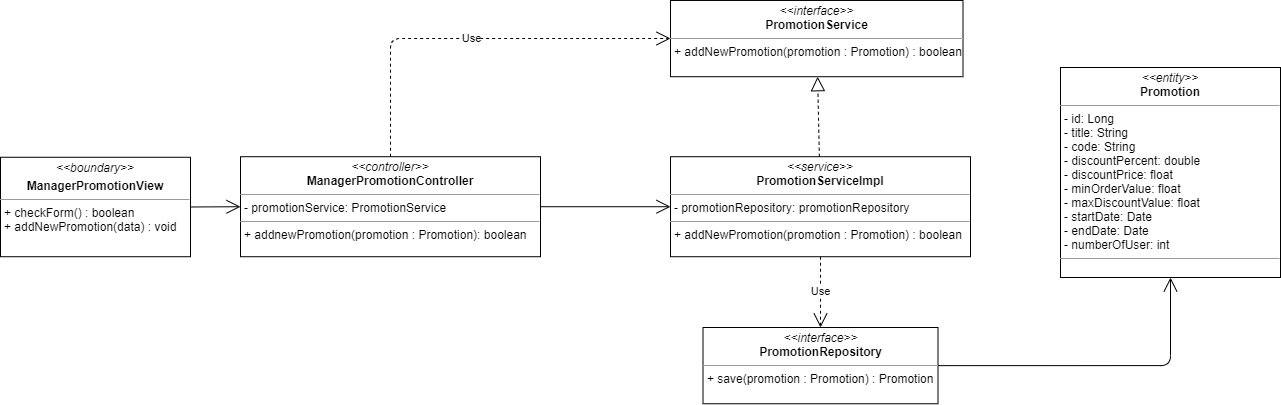
Earlier version of the draw.io export image-class/add-promotion-class-diagram.png (nguyenphamvan/datn_20202). Source tidied: cells renumbered, new cells last; positions are measured from the earlier drawing's top-left corner, leaving out a move shared by most shapes. Source of this version:
```xml
<mxGraphModel>
  <root>
    <mxCell id="0" />
    <mxCell id="1" parent="0" />
    <mxCell id="2" value="&lt;p style=&quot;margin: 0px ; margin-top: 4px ; text-align: center&quot;&gt;&lt;i&gt;&amp;lt;&amp;lt;boundary&amp;gt;&amp;gt;&lt;/i&gt;&lt;/p&gt;&lt;p style=&quot;margin: 0px ; margin-top: 4px ; text-align: center&quot;&gt;&lt;b&gt;ManagerPromotionView&lt;/b&gt;&lt;/p&gt;&lt;hr size=&quot;1&quot;&gt;&lt;p style=&quot;margin: 0px ; margin-left: 4px&quot;&gt;+ checkForm() : boolean&amp;nbsp;&lt;/p&gt;&lt;p style=&quot;margin: 0px ; margin-left: 4px&quot;&gt;&lt;span&gt;+ addNewPromotion(data) : void&lt;/span&gt;&lt;br&gt;&lt;/p&gt;" style="verticalAlign=top;align=left;overflow=fill;fontSize=12;fontFamily=Helvetica;html=1;" parent="1" vertex="1">
      <mxGeometry y="156.8" width="190" height="99.5" as="geometry" />
    </mxCell>
    <mxCell id="3" style="endArrow=open;endFill=1;endSize=12;html=1;entryX=0;entryY=0.5;entryDx=0;entryDy=0;exitX=1;exitY=0.5;exitDx=0;exitDy=0;" parent="1" edge="1" source="2" target="7">
      <mxGeometry relative="1" as="geometry" />
    </mxCell>
    <mxCell id="4" style="endArrow=open;endFill=1;endSize=12;html=1;exitX=1;exitY=0.5;exitDx=0;exitDy=0;edgeStyle=orthogonalEdgeStyle;" parent="1" edge="1" source="5" target="13">
      <mxGeometry relative="1" as="geometry" />
    </mxCell>
    <mxCell id="5" value="&lt;p style=&quot;margin: 0px ; margin-top: 4px ; text-align: center&quot;&gt;&lt;i&gt;&amp;lt;&amp;lt;interface&amp;gt;&amp;gt;&lt;/i&gt;&lt;br&gt;&lt;b&gt;PromotionRepository&lt;/b&gt;&lt;/p&gt;&lt;hr size=&quot;1&quot;&gt;&lt;p style=&quot;margin: 0px ; margin-left: 4px&quot;&gt;+ save(promotion : Promotion) : Promotion&lt;/p&gt;" style="verticalAlign=top;align=left;overflow=fill;fontSize=12;fontFamily=Helvetica;html=1;" parent="1" vertex="1">
      <mxGeometry x="702.5" y="327" width="235" height="76.2" as="geometry" />
    </mxCell>
    <mxCell id="6" value="&lt;p style=&quot;margin: 0px ; margin-top: 4px ; text-align: center&quot;&gt;&lt;i&gt;&amp;lt;&amp;lt;interface&amp;gt;&amp;gt;&lt;/i&gt;&lt;br&gt;&lt;b&gt;PromotionService&lt;/b&gt;&lt;/p&gt;&lt;hr size=&quot;1&quot;&gt;&lt;p style=&quot;margin: 0px ; margin-left: 4px&quot;&gt;+ addNewPromotion(promotion : Promotion) : boolean&lt;/p&gt;" style="verticalAlign=top;align=left;overflow=fill;fontSize=12;fontFamily=Helvetica;html=1;" parent="1" vertex="1">
      <mxGeometry x="670" width="292.5" height="76.2" as="geometry" />
    </mxCell>
    <mxCell id="7" value="&lt;p style=&quot;margin: 0px ; margin-top: 4px ; text-align: center&quot;&gt;&lt;i&gt;&amp;lt;&amp;lt;controller&amp;gt;&amp;gt;&lt;/i&gt;&lt;br&gt;&lt;b&gt;ManagerPromotionController&lt;/b&gt;&lt;br&gt;&lt;/p&gt;&lt;hr size=&quot;1&quot;&gt;&lt;p style=&quot;margin: 0px ; margin-left: 4px&quot;&gt;- promotionService: PromotionService&lt;br&gt;&lt;/p&gt;&lt;hr size=&quot;1&quot;&gt;&lt;p style=&quot;margin: 0px ; margin-left: 4px&quot;&gt;+ addnewPromotion(promotion : Promotion): boolean&lt;br&gt;&lt;/p&gt;" style="verticalAlign=top;align=left;overflow=fill;fontSize=12;fontFamily=Helvetica;html=1;" parent="1" vertex="1">
      <mxGeometry x="240" y="156.2" width="300" height="100" as="geometry" />
    </mxCell>
    <mxCell id="8" value="&lt;p style=&quot;margin: 0px ; margin-top: 4px ; text-align: center&quot;&gt;&lt;i&gt;&amp;lt;&amp;lt;service&amp;gt;&amp;gt;&lt;/i&gt;&lt;br&gt;&lt;b&gt;PromotionServiceImpl&lt;/b&gt;&lt;/p&gt;&lt;hr size=&quot;1&quot;&gt;&lt;p style=&quot;margin: 0px ; margin-left: 4px&quot;&gt;- promotionRepository: promotionRepository&lt;br&gt;&lt;/p&gt;&lt;hr size=&quot;1&quot;&gt;&lt;p style=&quot;margin: 0px ; margin-left: 4px&quot;&gt;+ addNewPromotion(promotion : Promotion) : boolean&lt;br&gt;&lt;/p&gt;" style="verticalAlign=top;align=left;overflow=fill;fontSize=12;fontFamily=Helvetica;html=1;" parent="1" vertex="1">
      <mxGeometry x="670" y="156.2" width="300" height="100" as="geometry" />
    </mxCell>
    <mxCell id="9" value="Use" style="endArrow=open;endSize=12;dashed=1;html=1;edgeStyle=orthogonalEdgeStyle;exitX=0.5;exitY=0;exitDx=0;exitDy=0;" parent="1" edge="1" source="7" target="6">
      <mxGeometry relative="1" as="geometry">
        <Array as="points">
          <mxPoint x="390" y="38" />
        </Array>
      </mxGeometry>
    </mxCell>
    <mxCell id="10" style="endArrow=block;dashed=1;endFill=0;endSize=12;html=1;" parent="1" edge="1" source="8" target="6">
      <mxGeometry relative="1" as="geometry" />
    </mxCell>
    <mxCell id="11" value="Use" style="endArrow=open;endSize=12;dashed=1;html=1;" parent="1" edge="1" source="8" target="5">
      <mxGeometry relative="1" as="geometry" />
    </mxCell>
    <mxCell id="12" style="endArrow=open;endFill=1;endSize=12;html=1;" parent="1" edge="1" source="7" target="8">
      <mxGeometry relative="1" as="geometry" />
    </mxCell>
    <mxCell id="13" value="&lt;p style=&quot;margin: 0px ; margin-top: 4px ; text-align: center&quot;&gt;&lt;i&gt;&amp;lt;&amp;lt;entity&amp;gt;&amp;gt;&lt;/i&gt;&lt;br&gt;&lt;b&gt;Promotion&lt;/b&gt;&lt;/p&gt;&lt;hr size=&quot;1&quot;&gt;&lt;p style=&quot;margin: 0px ; margin-left: 4px&quot;&gt;- id: Long&lt;/p&gt;&lt;p style=&quot;margin: 0px 0px 0px 4px&quot;&gt;- title: String&lt;br&gt;- code: String&lt;/p&gt;&lt;p style=&quot;margin: 0px 0px 0px 4px&quot;&gt;- discountPercent: double&lt;/p&gt;&lt;p style=&quot;margin: 0px 0px 0px 4px&quot;&gt;- discountPrice: float&lt;/p&gt;&lt;p style=&quot;margin: 0px 0px 0px 4px&quot;&gt;- minOrderValue: float&lt;/p&gt;&lt;p style=&quot;margin: 0px 0px 0px 4px&quot;&gt;- maxDiscountValue: float&lt;/p&gt;&lt;p style=&quot;margin: 0px 0px 0px 4px&quot;&gt;- startDate: Date&lt;/p&gt;&lt;p style=&quot;margin: 0px 0px 0px 4px&quot;&gt;- endDate: Date&lt;/p&gt;&lt;p style=&quot;margin: 0px 0px 0px 4px&quot;&gt;- numberOfUser: int&lt;span&gt;&amp;nbsp;&lt;/span&gt;&lt;/p&gt;&lt;hr size=&quot;1&quot;&gt;&lt;p style=&quot;margin: 0px ; margin-left: 4px&quot;&gt;&lt;br&gt;&lt;/p&gt;" style="verticalAlign=top;align=left;overflow=fill;fontSize=12;fontFamily=Helvetica;html=1;" parent="1" vertex="1">
      <mxGeometry x="1060" y="67" width="220" height="210" as="geometry" />
    </mxCell>
  </root>
</mxGraphModel>
```
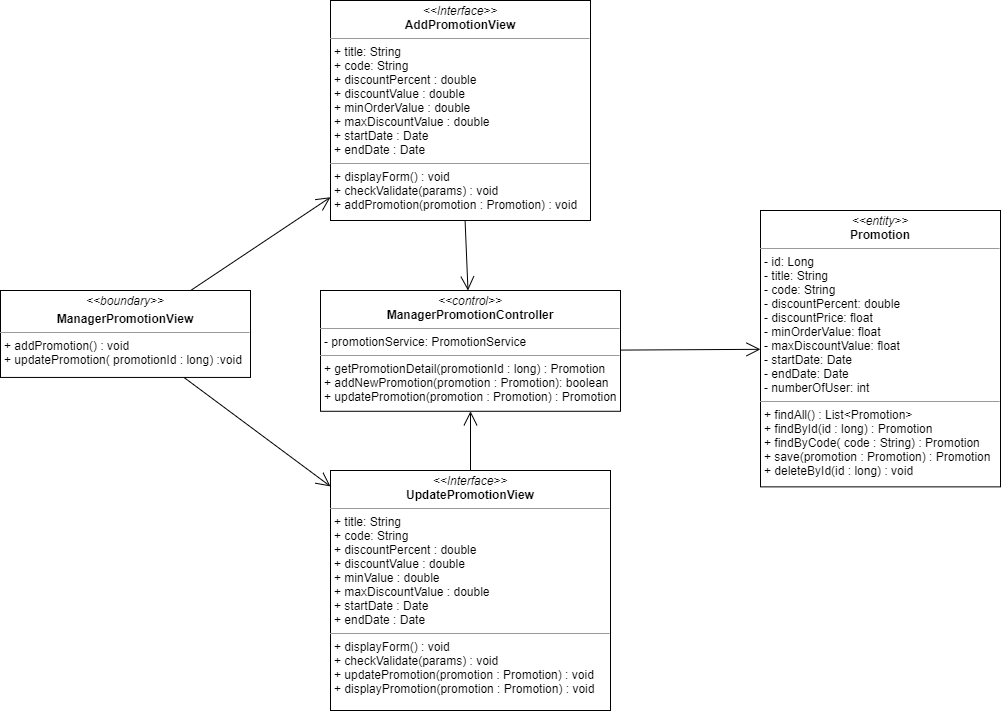
After the change.

Diff of the diagram source:
```diff
@@ -2,45 +2,35 @@
   <root>
     <mxCell id="0" />
     <mxCell id="1" parent="0" />
-    <mxCell id="2" value="&lt;p style=&quot;margin: 0px ; margin-top: 4px ; text-align: center&quot;&gt;&lt;i&gt;&amp;lt;&amp;lt;boundary&amp;gt;&amp;gt;&lt;/i&gt;&lt;/p&gt;&lt;p style=&quot;margin: 0px ; margin-top: 4px ; text-align: center&quot;&gt;&lt;b&gt;ManagerPromotionView&lt;/b&gt;&lt;/p&gt;&lt;hr size=&quot;1&quot;&gt;&lt;p style=&quot;margin: 0px ; margin-left: 4px&quot;&gt;+ checkForm() : boolean&amp;nbsp;&lt;/p&gt;&lt;p style=&quot;margin: 0px ; margin-left: 4px&quot;&gt;&lt;span&gt;+ addNewPromotion(data) : void&lt;/span&gt;&lt;br&gt;&lt;/p&gt;" style="verticalAlign=top;align=left;overflow=fill;fontSize=12;fontFamily=Helvetica;html=1;" parent="1" vertex="1">
-      <mxGeometry y="156.8" width="190" height="99.5" as="geometry" />
-    </mxCell>
-    <mxCell id="3" style="endArrow=open;endFill=1;endSize=12;html=1;entryX=0;entryY=0.5;entryDx=0;entryDy=0;exitX=1;exitY=0.5;exitDx=0;exitDy=0;" parent="1" edge="1" source="2" target="7">
-      <mxGeometry relative="1" as="geometry" />
-    </mxCell>
-    <mxCell id="4" style="endArrow=open;endFill=1;endSize=12;html=1;exitX=1;exitY=0.5;exitDx=0;exitDy=0;edgeStyle=orthogonalEdgeStyle;" parent="1" edge="1" source="5" target="13">
-      <mxGeometry relative="1" as="geometry" />
-    </mxCell>
-    <mxCell id="5" value="&lt;p style=&quot;margin: 0px ; margin-top: 4px ; text-align: center&quot;&gt;&lt;i&gt;&amp;lt;&amp;lt;interface&amp;gt;&amp;gt;&lt;/i&gt;&lt;br&gt;&lt;b&gt;PromotionRepository&lt;/b&gt;&lt;/p&gt;&lt;hr size=&quot;1&quot;&gt;&lt;p style=&quot;margin: 0px ; margin-left: 4px&quot;&gt;+ save(promotion : Promotion) : Promotion&lt;/p&gt;" style="verticalAlign=top;align=left;overflow=fill;fontSize=12;fontFamily=Helvetica;html=1;" parent="1" vertex="1">
-      <mxGeometry x="702.5" y="327" width="235" height="76.2" as="geometry" />
-    </mxCell>
-    <mxCell id="6" value="&lt;p style=&quot;margin: 0px ; margin-top: 4px ; text-align: center&quot;&gt;&lt;i&gt;&amp;lt;&amp;lt;interface&amp;gt;&amp;gt;&lt;/i&gt;&lt;br&gt;&lt;b&gt;PromotionService&lt;/b&gt;&lt;/p&gt;&lt;hr size=&quot;1&quot;&gt;&lt;p style=&quot;margin: 0px ; margin-left: 4px&quot;&gt;+ addNewPromotion(promotion : Promotion) : boolean&lt;/p&gt;" style="verticalAlign=top;align=left;overflow=fill;fontSize=12;fontFamily=Helvetica;html=1;" parent="1" vertex="1">
-      <mxGeometry x="670" width="292.5" height="76.2" as="geometry" />
-    </mxCell>
-    <mxCell id="7" value="&lt;p style=&quot;margin: 0px ; margin-top: 4px ; text-align: center&quot;&gt;&lt;i&gt;&amp;lt;&amp;lt;controller&amp;gt;&amp;gt;&lt;/i&gt;&lt;br&gt;&lt;b&gt;ManagerPromotionController&lt;/b&gt;&lt;br&gt;&lt;/p&gt;&lt;hr size=&quot;1&quot;&gt;&lt;p style=&quot;margin: 0px ; margin-left: 4px&quot;&gt;- promotionService: PromotionService&lt;br&gt;&lt;/p&gt;&lt;hr size=&quot;1&quot;&gt;&lt;p style=&quot;margin: 0px ; margin-left: 4px&quot;&gt;+ addnewPromotion(promotion : Promotion): boolean&lt;br&gt;&lt;/p&gt;" style="verticalAlign=top;align=left;overflow=fill;fontSize=12;fontFamily=Helvetica;html=1;" parent="1" vertex="1">
-      <mxGeometry x="240" y="156.2" width="300" height="100" as="geometry" />
-    </mxCell>
-    <mxCell id="8" value="&lt;p style=&quot;margin: 0px ; margin-top: 4px ; text-align: center&quot;&gt;&lt;i&gt;&amp;lt;&amp;lt;service&amp;gt;&amp;gt;&lt;/i&gt;&lt;br&gt;&lt;b&gt;PromotionServiceImpl&lt;/b&gt;&lt;/p&gt;&lt;hr size=&quot;1&quot;&gt;&lt;p style=&quot;margin: 0px ; margin-left: 4px&quot;&gt;- promotionRepository: promotionRepository&lt;br&gt;&lt;/p&gt;&lt;hr size=&quot;1&quot;&gt;&lt;p style=&quot;margin: 0px ; margin-left: 4px&quot;&gt;+ addNewPromotion(promotion : Promotion) : boolean&lt;br&gt;&lt;/p&gt;" style="verticalAlign=top;align=left;overflow=fill;fontSize=12;fontFamily=Helvetica;html=1;" parent="1" vertex="1">
-      <mxGeometry x="670" y="156.2" width="300" height="100" as="geometry" />
-    </mxCell>
-    <mxCell id="9" value="Use" style="endArrow=open;endSize=12;dashed=1;html=1;edgeStyle=orthogonalEdgeStyle;exitX=0.5;exitY=0;exitDx=0;exitDy=0;" parent="1" edge="1" source="7" target="6">
-      <mxGeometry relative="1" as="geometry">
-        <Array as="points">
-          <mxPoint x="390" y="38" />
-        </Array>
-      </mxGeometry>
-    </mxCell>
-    <mxCell id="10" style="endArrow=block;dashed=1;endFill=0;endSize=12;html=1;" parent="1" edge="1" source="8" target="6">
-      <mxGeometry relative="1" as="geometry" />
-    </mxCell>
-    <mxCell id="11" value="Use" style="endArrow=open;endSize=12;dashed=1;html=1;" parent="1" edge="1" source="8" target="5">
-      <mxGeometry relative="1" as="geometry" />
-    </mxCell>
-    <mxCell id="12" style="endArrow=open;endFill=1;endSize=12;html=1;" parent="1" edge="1" source="7" target="8">
-      <mxGeometry relative="1" as="geometry" />
-    </mxCell>
-    <mxCell id="13" value="&lt;p style=&quot;margin: 0px ; margin-top: 4px ; text-align: center&quot;&gt;&lt;i&gt;&amp;lt;&amp;lt;entity&amp;gt;&amp;gt;&lt;/i&gt;&lt;br&gt;&lt;b&gt;Promotion&lt;/b&gt;&lt;/p&gt;&lt;hr size=&quot;1&quot;&gt;&lt;p style=&quot;margin: 0px ; margin-left: 4px&quot;&gt;- id: Long&lt;/p&gt;&lt;p style=&quot;margin: 0px 0px 0px 4px&quot;&gt;- title: String&lt;br&gt;- code: String&lt;/p&gt;&lt;p style=&quot;margin: 0px 0px 0px 4px&quot;&gt;- discountPercent: double&lt;/p&gt;&lt;p style=&quot;margin: 0px 0px 0px 4px&quot;&gt;- discountPrice: float&lt;/p&gt;&lt;p style=&quot;margin: 0px 0px 0px 4px&quot;&gt;- minOrderValue: float&lt;/p&gt;&lt;p style=&quot;margin: 0px 0px 0px 4px&quot;&gt;- maxDiscountValue: float&lt;/p&gt;&lt;p style=&quot;margin: 0px 0px 0px 4px&quot;&gt;- startDate: Date&lt;/p&gt;&lt;p style=&quot;margin: 0px 0px 0px 4px&quot;&gt;- endDate: Date&lt;/p&gt;&lt;p style=&quot;margin: 0px 0px 0px 4px&quot;&gt;- numberOfUser: int&lt;span&gt;&amp;nbsp;&lt;/span&gt;&lt;/p&gt;&lt;hr size=&quot;1&quot;&gt;&lt;p style=&quot;margin: 0px ; margin-left: 4px&quot;&gt;&lt;br&gt;&lt;/p&gt;" style="verticalAlign=top;align=left;overflow=fill;fontSize=12;fontFamily=Helvetica;html=1;" parent="1" vertex="1">
-      <mxGeometry x="1060" y="67" width="220" height="210" as="geometry" />
-    </mxCell>
+    <mxCell id="14" style="endArrow=open;endFill=1;endSize=12;html=1;" parent="1" edge="1" source="20" target="15">
+      <mxGeometry relative="1" as="geometry" />
+    </mxCell>
+    <mxCell id="15" value="&lt;p style=&quot;margin: 0px ; margin-top: 4px ; text-align: center&quot;&gt;&lt;i&gt;&amp;lt;&amp;lt;control&amp;gt;&amp;gt;&lt;/i&gt;&lt;br&gt;&lt;b&gt;ManagerPromotionController&lt;/b&gt;&lt;br&gt;&lt;/p&gt;&lt;hr size=&quot;1&quot;&gt;&lt;p style=&quot;margin: 0px ; margin-left: 4px&quot;&gt;- promotionService: PromotionService&lt;br&gt;&lt;/p&gt;&lt;hr size=&quot;1&quot;&gt;&lt;p style=&quot;margin: 0px ; margin-left: 4px&quot;&gt;+ getPromotionDetail(promotionId : long) : Promotion&lt;/p&gt;&lt;p style=&quot;margin: 0px ; margin-left: 4px&quot;&gt;+ addNewPromotion(promotion : Promotion): boolean&lt;/p&gt;&lt;p style=&quot;margin: 0px ; margin-left: 4px&quot;&gt;+ updatePromotion(promotion : Promotion) : Promotion&lt;/p&gt;" style="verticalAlign=top;align=left;overflow=fill;fontSize=12;fontFamily=Helvetica;html=1;" parent="1" vertex="1">
+      <mxGeometry x="30" y="147" width="300" height="120.8" as="geometry" />
+    </mxCell>
+    <mxCell id="16" style="endArrow=open;endFill=1;endSize=12;html=1;" parent="1" edge="1" source="15" target="17">
+      <mxGeometry relative="1" as="geometry" />
+    </mxCell>
+    <mxCell id="17" value="&lt;p style=&quot;margin: 0px ; margin-top: 4px ; text-align: center&quot;&gt;&lt;i&gt;&amp;lt;&amp;lt;entity&amp;gt;&amp;gt;&lt;/i&gt;&lt;br&gt;&lt;b&gt;Promotion&lt;/b&gt;&lt;/p&gt;&lt;hr size=&quot;1&quot;&gt;&lt;p style=&quot;margin: 0px ; margin-left: 4px&quot;&gt;- id: Long&lt;/p&gt;&lt;p style=&quot;margin: 0px 0px 0px 4px&quot;&gt;- title: String&lt;br&gt;- code: String&lt;/p&gt;&lt;p style=&quot;margin: 0px 0px 0px 4px&quot;&gt;- discountPercent: double&lt;/p&gt;&lt;p style=&quot;margin: 0px 0px 0px 4px&quot;&gt;- discountPrice: float&lt;/p&gt;&lt;p style=&quot;margin: 0px 0px 0px 4px&quot;&gt;- minOrderValue: float&lt;/p&gt;&lt;p style=&quot;margin: 0px 0px 0px 4px&quot;&gt;- maxDiscountValue: float&lt;/p&gt;&lt;p style=&quot;margin: 0px 0px 0px 4px&quot;&gt;- startDate: Date&lt;/p&gt;&lt;p style=&quot;margin: 0px 0px 0px 4px&quot;&gt;- endDate: Date&lt;/p&gt;&lt;p style=&quot;margin: 0px 0px 0px 4px&quot;&gt;- numberOfUser: int&lt;span&gt;&amp;nbsp;&lt;/span&gt;&lt;/p&gt;&lt;hr size=&quot;1&quot;&gt;&lt;p style=&quot;margin: 0px 0px 0px 4px&quot;&gt;+ findAll() : List&amp;lt;Promotion&amp;gt;&lt;/p&gt;&lt;p style=&quot;margin: 0px 0px 0px 4px&quot;&gt;+ findById(id : long) : Promotion&lt;/p&gt;&lt;p style=&quot;margin: 0px 0px 0px 4px&quot;&gt;+ findByCode( code : String) : Promotion&lt;/p&gt;&lt;p style=&quot;margin: 0px 0px 0px 4px&quot;&gt;+ save(promotion : Promotion) : Promotion&lt;/p&gt;&lt;p style=&quot;margin: 0px 0px 0px 4px&quot;&gt;+ deleteById(id : long) : void&lt;/p&gt;" style="verticalAlign=top;align=left;overflow=fill;fontSize=12;fontFamily=Helvetica;html=1;" parent="1" vertex="1">
+      <mxGeometry x="470" y="67" width="240" height="276.4" as="geometry" />
+    </mxCell>
+    <mxCell id="18" style="endArrow=open;endFill=1;endSize=12;html=1;" parent="1" edge="1" source="21" target="15">
+      <mxGeometry relative="1" as="geometry" />
+    </mxCell>
+    <mxCell id="19" value="&lt;p style=&quot;margin: 0px ; margin-top: 4px ; text-align: center&quot;&gt;&lt;i&gt;&amp;lt;&amp;lt;boundary&amp;gt;&amp;gt;&lt;/i&gt;&lt;/p&gt;&lt;p style=&quot;margin: 0px ; margin-top: 4px ; text-align: center&quot;&gt;&lt;b&gt;ManagerPromotionView&lt;/b&gt;&lt;/p&gt;&lt;hr size=&quot;1&quot;&gt;&lt;p style=&quot;margin: 0px ; margin-left: 4px&quot;&gt;&lt;span&gt;+ addPromotion() : void&lt;/span&gt;&lt;br&gt;&lt;/p&gt;&lt;p style=&quot;margin: 0px ; margin-left: 4px&quot;&gt;&lt;span&gt;+ updatePromotion( promotionId : long) :void&lt;/span&gt;&lt;/p&gt;" style="verticalAlign=top;align=left;overflow=fill;fontSize=12;fontFamily=Helvetica;html=1;" parent="1" vertex="1">
+      <mxGeometry x="-290" y="147" width="250" height="86.9" as="geometry" />
+    </mxCell>
+    <mxCell id="20" value="&lt;p style=&quot;margin: 0px ; margin-top: 4px ; text-align: center&quot;&gt;&lt;i&gt;&amp;lt;&amp;lt;Interface&amp;gt;&amp;gt;&lt;/i&gt;&lt;br&gt;&lt;b&gt;AddPromotionView&lt;/b&gt;&lt;br&gt;&lt;/p&gt;&lt;hr size=&quot;1&quot;&gt;&lt;p style=&quot;margin: 0px ; margin-left: 4px&quot;&gt;+ title: String&lt;br&gt;+ code: String&lt;/p&gt;&lt;p style=&quot;margin: 0px ; margin-left: 4px&quot;&gt;+ discountPercent : double&lt;/p&gt;&lt;p style=&quot;margin: 0px ; margin-left: 4px&quot;&gt;+ discountValue : double&lt;/p&gt;&lt;p style=&quot;margin: 0px ; margin-left: 4px&quot;&gt;+ minOrderValue : double&lt;/p&gt;&lt;p style=&quot;margin: 0px ; margin-left: 4px&quot;&gt;+ maxDiscountValue : double&lt;/p&gt;&lt;p style=&quot;margin: 0px ; margin-left: 4px&quot;&gt;+ startDate : Date&lt;/p&gt;&lt;p style=&quot;margin: 0px ; margin-left: 4px&quot;&gt;+ endDate : Date&lt;/p&gt;&lt;hr size=&quot;1&quot;&gt;&lt;p style=&quot;margin: 0px 0px 0px 4px&quot;&gt;+ displayForm() : void&lt;br&gt;&lt;/p&gt;&lt;p style=&quot;margin: 0px 0px 0px 4px&quot;&gt;+ checkValidate(params) : void&lt;/p&gt;&lt;p style=&quot;margin: 0px 0px 0px 4px&quot;&gt;+ addPromotion(promotion : Promotion) : void&lt;/p&gt;" style="verticalAlign=top;align=left;overflow=fill;fontSize=12;fontFamily=Helvetica;html=1;" parent="1" vertex="1">
+      <mxGeometry x="40" y="-143" width="260" height="220" as="geometry" />
+    </mxCell>
+    <mxCell id="21" value="&lt;p style=&quot;margin: 0px ; margin-top: 4px ; text-align: center&quot;&gt;&lt;i&gt;&amp;lt;&amp;lt;Interface&amp;gt;&amp;gt;&lt;/i&gt;&lt;br&gt;&lt;b&gt;UpdatePromotionView&lt;/b&gt;&lt;br&gt;&lt;/p&gt;&lt;hr size=&quot;1&quot;&gt;&lt;p style=&quot;margin: 0px ; margin-left: 4px&quot;&gt;+ title: String&lt;br&gt;+ code: String&lt;/p&gt;&lt;p style=&quot;margin: 0px ; margin-left: 4px&quot;&gt;+ discountPercent : double&lt;/p&gt;&lt;p style=&quot;margin: 0px ; margin-left: 4px&quot;&gt;+ discountValue : double&lt;/p&gt;&lt;p style=&quot;margin: 0px ; margin-left: 4px&quot;&gt;+ minValue : double&lt;/p&gt;&lt;p style=&quot;margin: 0px ; margin-left: 4px&quot;&gt;+ maxDiscountValue : double&lt;/p&gt;&lt;p style=&quot;margin: 0px ; margin-left: 4px&quot;&gt;+ startDate : Date&lt;/p&gt;&lt;p style=&quot;margin: 0px ; margin-left: 4px&quot;&gt;+ endDate : Date&lt;/p&gt;&lt;hr size=&quot;1&quot;&gt;&lt;p style=&quot;margin: 0px 0px 0px 4px&quot;&gt;+ displayForm() : void&lt;br&gt;&lt;/p&gt;&lt;p style=&quot;margin: 0px 0px 0px 4px&quot;&gt;+ checkValidate(params) : void&lt;/p&gt;&lt;p style=&quot;margin: 0px 0px 0px 4px&quot;&gt;+ updatePromotion(promotion : Promotion) : void&lt;/p&gt;&lt;p style=&quot;margin: 0px 0px 0px 4px&quot;&gt;+ displayPromotion(promotion : Promotion) : void&lt;/p&gt;" style="verticalAlign=top;align=left;overflow=fill;fontSize=12;fontFamily=Helvetica;html=1;" parent="1" vertex="1">
+      <mxGeometry x="40" y="327" width="280" height="240" as="geometry" />
+    </mxCell>
+    <mxCell id="22" style="endArrow=open;endFill=1;endSize=12;html=1;" parent="1" edge="1" source="19" target="20">
+      <mxGeometry relative="1" as="geometry" />
+    </mxCell>
+    <mxCell id="23" style="endArrow=open;endFill=1;endSize=12;html=1;" parent="1" edge="1" source="19" target="21">
+      <mxGeometry relative="1" as="geometry" />
+    </mxCell>
   </root>
 </mxGraphModel>
```
